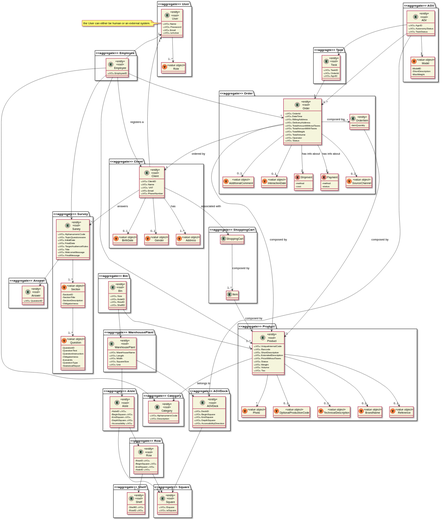
ana-albergaria/LAPR4-ISEP keeps this PlantUML diagram as docs/DM.svg. Above is the earlier version.
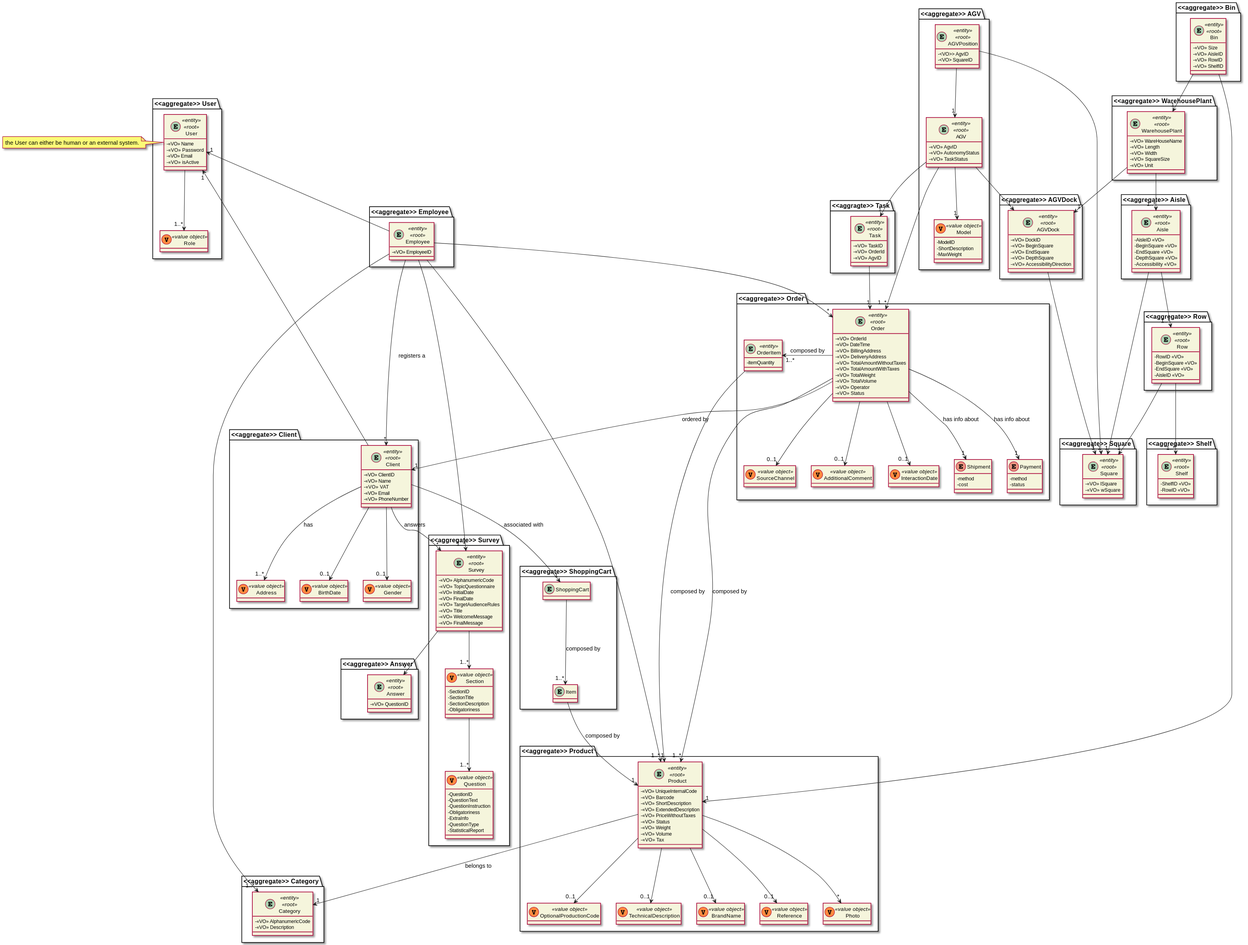
The same diagram one commit later.

Diff of the diagram source:
```diff
@@ -55,6 +55,7 @@
 
 package "<<aggregate>> AGV" {
     entity AGV
+    entity AGVPosition
     class Model
 }
 
@@ -100,6 +101,11 @@
 package "<<aggregate>> ShoppingCart"{
     entity ShoppingCart
     entity Item
+}
+
+entity AGVPosition <<entity>> <<root>>{
+    -<VO>> AgvID
+    -<VO> SquareID
 }
 
 entity Product <<entity>> <<root>> {
@@ -363,6 +369,9 @@
 Client --> "1" ShoppingCart : associated with
 Item --> "1" Product : composed by
 
+AGVPosition --> "1" AGV
+AGVPosition --> "1" Square
+
 class SourceChannel <<(V,#FF8B40) value object>>
 class InteractionDate <<(V,#FF8B40) value object>>
 class AdditionalComment <<(V,#FF8B40) value object>>
```
